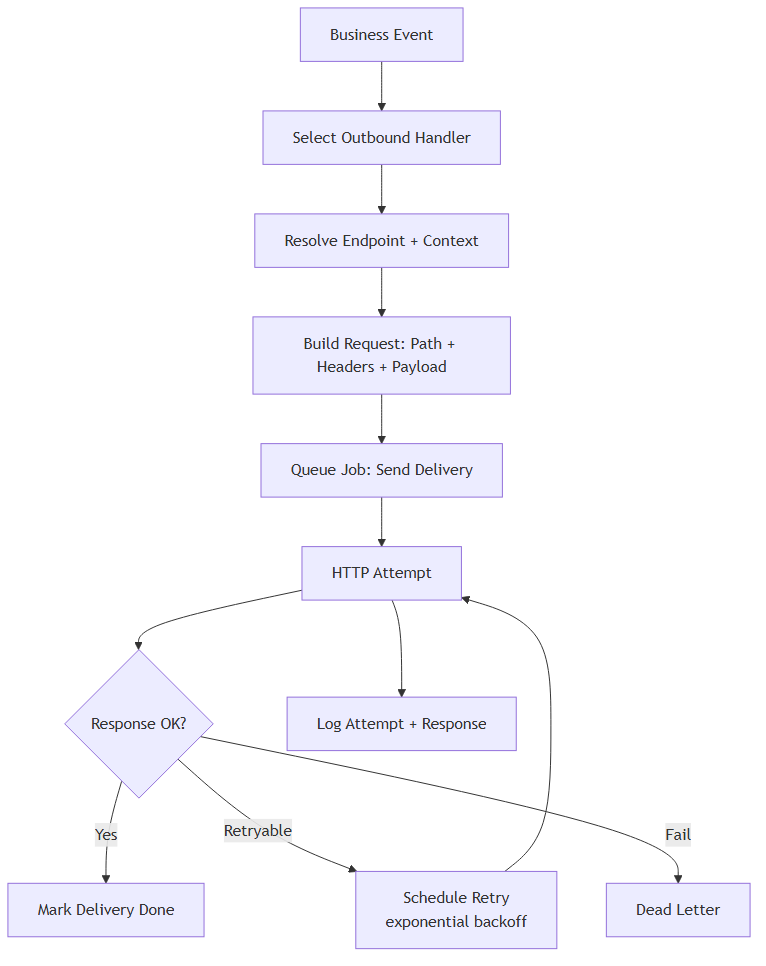
This is bwt_webhooks_outbound/static/description/diagrams/webhooks-outbound-flow.png from bitwise-hq/odoo-webhooks, a Mermaid export, as it was before one commit. Its source is kept beside it as docs/diagrams/webhooks-outbound-flow.mmd.
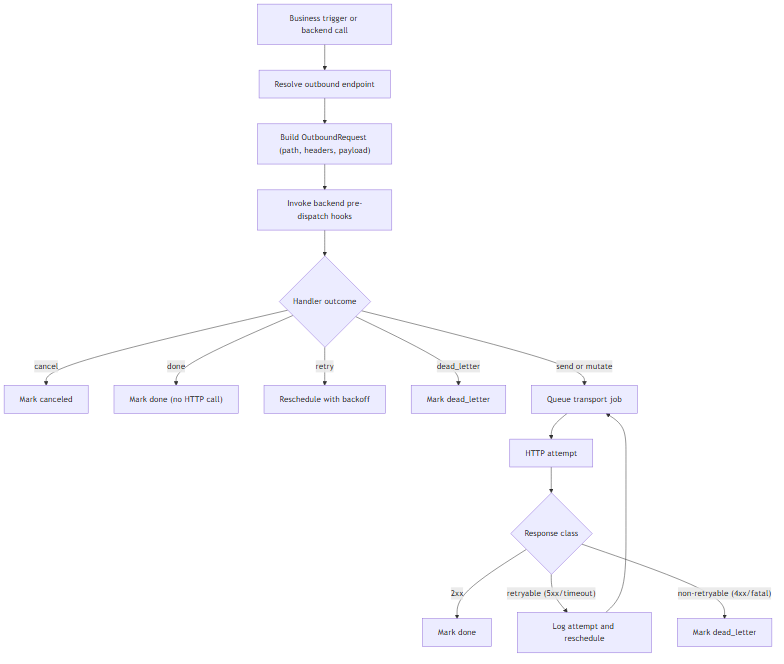
Above is the later version.

The edit, as a diff of the source:
```diff
@@ -1,12 +1,16 @@
 flowchart TD
-  A["Business Event"] --> B["Select Outbound Handler"]
-  B --> C["Resolve Endpoint + Context"]
-  C --> D["Build Request: Path + Headers + Payload"]
-  D --> E["Queue Job: Send Delivery"]
-  E --> F["HTTP Attempt"]
-  F --> G{"Response OK?"}
-  G -- Yes --> H["Mark Delivery Done"]
-  G -- Retryable --> I["Schedule Retry\nexponential backoff"]
-  G -- Fail --> J["Dead Letter"]
-  I --> F
-  F --> K["Log Attempt + Response"]
+  A["Business trigger or backend call"] --> B["Resolve outbound endpoint"]
+  B --> C["Build OutboundRequest (path, headers, payload)"]
+  C --> D["Invoke backend pre-dispatch hooks"]
+  D --> E{"Handler outcome"}
+  E -- cancel --> F["Mark canceled"]
+  E -- done --> G["Mark done (no HTTP call)"]
+  E -- retry --> H["Reschedule with backoff"]
+  E -- dead_letter --> I["Mark dead_letter"]
+  E -- send or mutate --> J["Queue transport job"]
+  J --> K["HTTP attempt"]
+  K --> L{"Response class"}
+  L -- 2xx --> M["Mark done"]
+  L -- retryable (5xx/timeout) --> N["Log attempt and reschedule"]
+  L -- non-retryable (4xx/fatal) --> O["Mark dead_letter"]
+  N --> J
```
